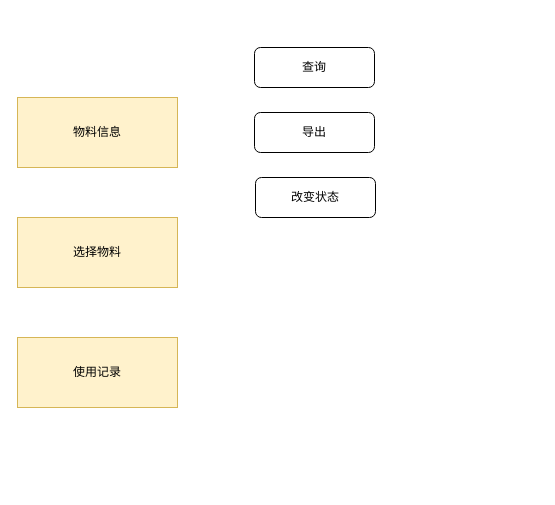
Earlier version of the draw.io diagram 物料管理.drawio (pbm0802/GitIDEATest). Source tidied: cells renumbered, new cells numbered last; positions are measured from the earlier drawing's top-left corner, leaving out a move shared by most shapes. Both pictures are drawn from the tidied source at 100%, with x=0, y=0 at pixel (17, 47).
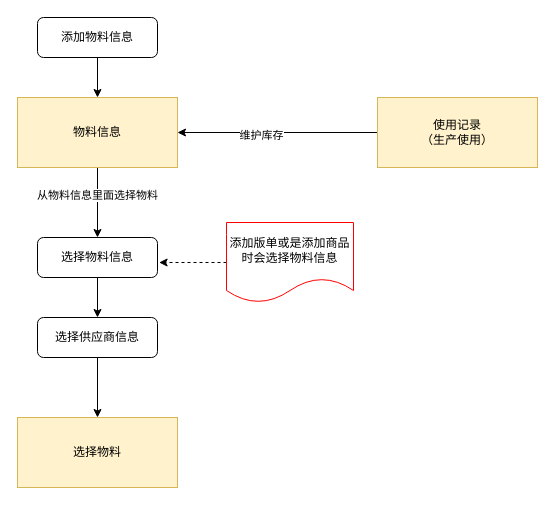
Above is the later version.

Commit message (it also covers changes not shown here):
更新物料管理.drawio

Change to the diagram source:
```diff
@@
 <mxGraphModel>
   <root>
     <mxCell id="0" />
     <mxCell id="1" parent="0" />
+    <mxCell id="8" style="edgeStyle=orthogonalEdgeStyle;rounded=0;jettySize=auto;html=1;exitX=0.5;exitY=1;exitDx=0;exitDy=0;entryX=0.5;entryY=0;entryDx=0;entryDy=0;" parent="1" edge="1" source="2" target="14">
+      <mxGeometry relative="1" as="geometry" />
+    </mxCell>
+    <mxCell id="9" value="从物料信息里面选择物料" style="edgeLabel;html=1;align=center;verticalAlign=middle;" parent="8" vertex="1">
+      <mxGeometry x="-0.22" y="-1" relative="1" as="geometry" />
+    </mxCell>
     <mxCell id="2" value="物料信息" style="rounded=0;whiteSpace=wrap;html=1;fillColor=#fff2cc;strokeColor=#d6b656;" parent="1" vertex="1">
       <mxGeometry y="50" width="160" height="70" as="geometry" />
     </mxCell>
+    <mxCell id="10" style="edgeStyle=orthogonalEdgeStyle;rounded=0;jettySize=auto;html=1;exitX=0.5;exitY=1;exitDx=0;exitDy=0;entryX=0.5;entryY=0;entryDx=0;entryDy=0;" parent="1" edge="1" source="3" target="2">
+      <mxGeometry relative="1" as="geometry" />
+    </mxCell>
-    <mxCell id="3" value="查询" style="rounded=1;whiteSpace=wrap;html=1;fontSize=12;glass=0;strokeWidth=1;shadow=0;" parent="1" vertex="1">
-      <mxGeometry x="237" width="120" height="40" as="geometry" />
+    <mxCell id="3" value="添加物料信息" style="rounded=1;whiteSpace=wrap;html=1;fontSize=12;glass=0;strokeWidth=1;shadow=0;" parent="1" vertex="1">
+      <mxGeometry x="20" y="-30" width="120" height="40" as="geometry" />
     </mxCell>
-    <mxCell id="4" value="导出" style="rounded=1;whiteSpace=wrap;html=1;fontSize=12;glass=0;strokeWidth=1;shadow=0;" parent="1" vertex="1">
-      <mxGeometry x="237" y="65" width="120" height="40" as="geometry" />
-    </mxCell>
-    <mxCell id="5" value="改变状态" style="rounded=1;whiteSpace=wrap;html=1;fontSize=12;glass=0;strokeWidth=1;shadow=0;" parent="1" vertex="1">
-      <mxGeometry x="238" y="130" width="120" height="40" as="geometry" />
-    </mxCell>
     <mxCell id="6" value="选择物料" style="rounded=0;whiteSpace=wrap;html=1;fillColor=#fff2cc;strokeColor=#d6b656;" parent="1" vertex="1">
-      <mxGeometry y="170" width="160" height="70" as="geometry" />
+      <mxGeometry y="370" width="160" height="70" as="geometry" />
     </mxCell>
+    <mxCell id="11" style="edgeStyle=orthogonalEdgeStyle;rounded=0;jettySize=auto;html=1;exitX=0;exitY=0.5;exitDx=0;exitDy=0;entryX=1;entryY=0.5;entryDx=0;entryDy=0;" parent="1" edge="1" source="7" target="2">
+      <mxGeometry relative="1" as="geometry" />
+    </mxCell>
+    <mxCell id="12" value="维护库存" style="edgeLabel;html=1;align=center;verticalAlign=middle;" parent="11" vertex="1">
+      <mxGeometry x="0.17" y="2" relative="1" as="geometry" />
+    </mxCell>
-    <mxCell id="7" value="使用记录" style="rounded=0;whiteSpace=wrap;html=1;fillColor=#fff2cc;strokeColor=#d6b656;" parent="1" vertex="1">
-      <mxGeometry y="290" width="160" height="70" as="geometry" />
+    <mxCell id="7" value="使用记录&lt;br&gt;（生产使用）" style="rounded=0;whiteSpace=wrap;html=1;fillColor=#fff2cc;strokeColor=#d6b656;" parent="1" vertex="1">
+      <mxGeometry x="360" y="50" width="160" height="70" as="geometry" />
     </mxCell>
+    <mxCell id="13" style="edgeStyle=orthogonalEdgeStyle;rounded=0;jettySize=auto;html=1;exitX=0.5;exitY=1;exitDx=0;exitDy=0;entryX=0.5;entryY=0;entryDx=0;entryDy=0;" parent="1" edge="1" source="14" target="16">
+      <mxGeometry relative="1" as="geometry" />
+    </mxCell>
+    <mxCell id="14" value="选择物料信息" style="rounded=1;whiteSpace=wrap;html=1;fontSize=12;glass=0;strokeWidth=1;shadow=0;" parent="1" vertex="1">
+      <mxGeometry x="20" y="190" width="120" height="40" as="geometry" />
+    </mxCell>
+    <mxCell id="15" style="edgeStyle=orthogonalEdgeStyle;rounded=0;jettySize=auto;html=1;exitX=0.5;exitY=1;exitDx=0;exitDy=0;entryX=0.5;entryY=0;entryDx=0;entryDy=0;" parent="1" edge="1" source="16" target="6">
+      <mxGeometry relative="1" as="geometry" />
+    </mxCell>
+    <mxCell id="16" value="选择供应商信息" style="rounded=1;whiteSpace=wrap;html=1;fontSize=12;glass=0;strokeWidth=1;shadow=0;" parent="1" vertex="1">
+      <mxGeometry x="20" y="270" width="120" height="40" as="geometry" />
+    </mxCell>
+    <mxCell id="17" style="edgeStyle=orthogonalEdgeStyle;rounded=0;jettySize=auto;html=1;dashed=1;" parent="1" edge="1" source="18">
+      <mxGeometry relative="1" as="geometry">
+        <mxPoint x="141.6" y="215" as="targetPoint" />
+      </mxGeometry>
+    </mxCell>
+    <mxCell id="18" value="添加版单或是添加商品时会选择物料信息" style="shape=document;whiteSpace=wrap;html=1;boundedLbl=1;strokeColor=#FF0000;" parent="1" vertex="1">
+      <mxGeometry x="209" y="175" width="127" height="80" as="geometry" />
+    </mxCell>
   </root>
 </mxGraphModel>
```
